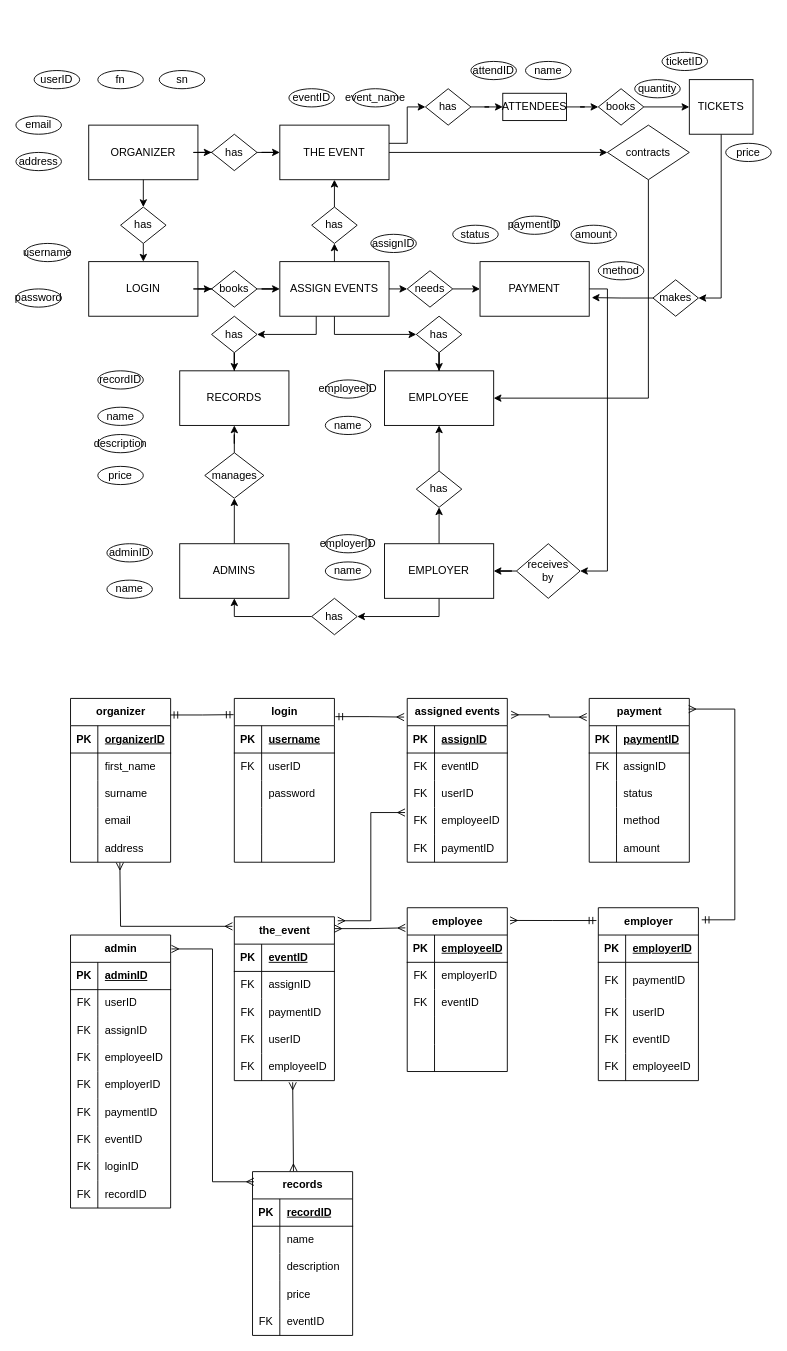
julieeesy/data_modelling_workshop keeps this draw.io diagram as data model group.drawio. Above is the earlier version. Source tidied: cells renumbered, new cells numbered last; positions are measured from the earlier drawing's top-left corner, leaving out a move shared by most shapes. Both pictures are drawn from the tidied source at 91%, with x=0, y=0 at pixel (15, 52).
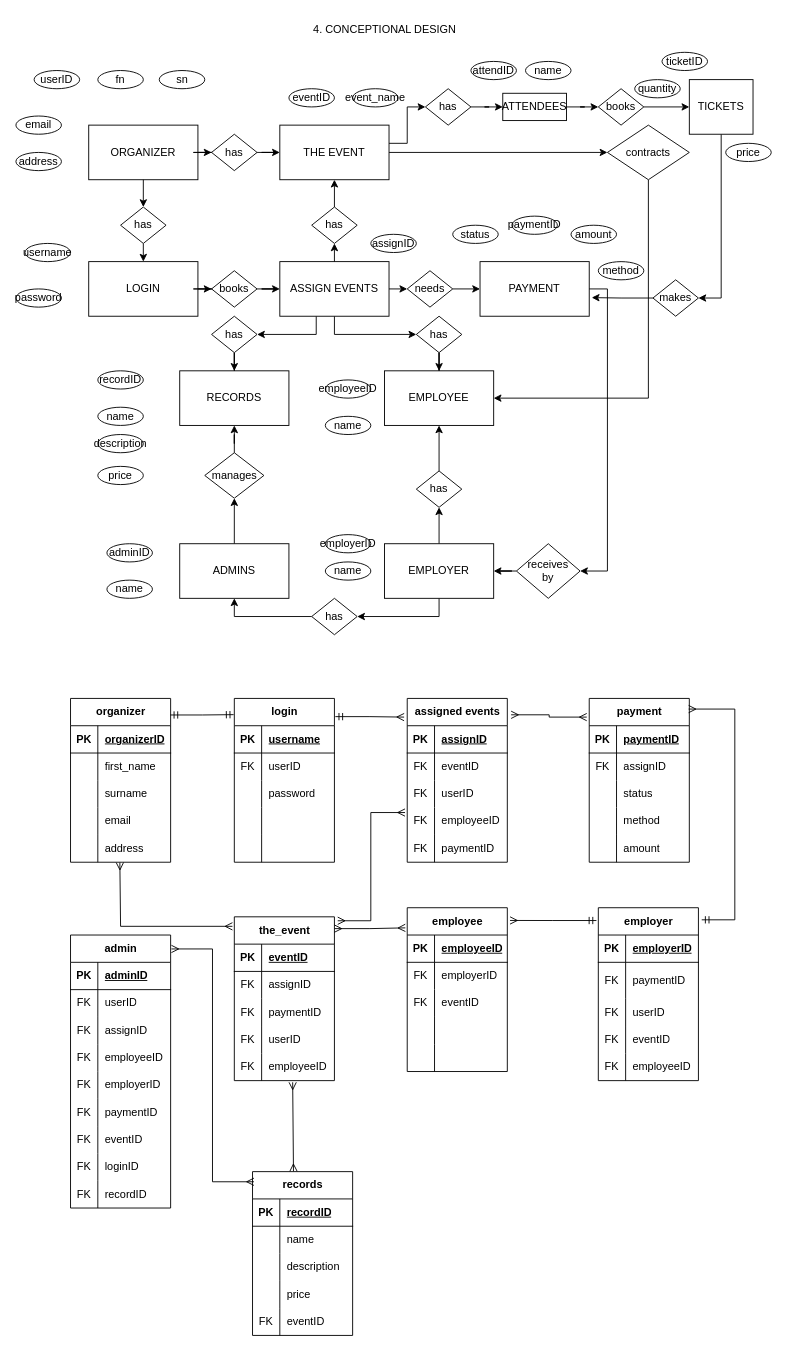
The same page after the edit.

Change to the diagram source:
```diff
@@
+    <mxCell id="253" value="4. CONCEPTIONAL DESIGN" style="text;html=1;align=center;verticalAlign=middle;strokeColor=none;fillColor=none;" parent="1" vertex="1">
+      <mxGeometry x="315" y="-40" width="180" height="30" as="geometry" />
+    </mxCell>
```
